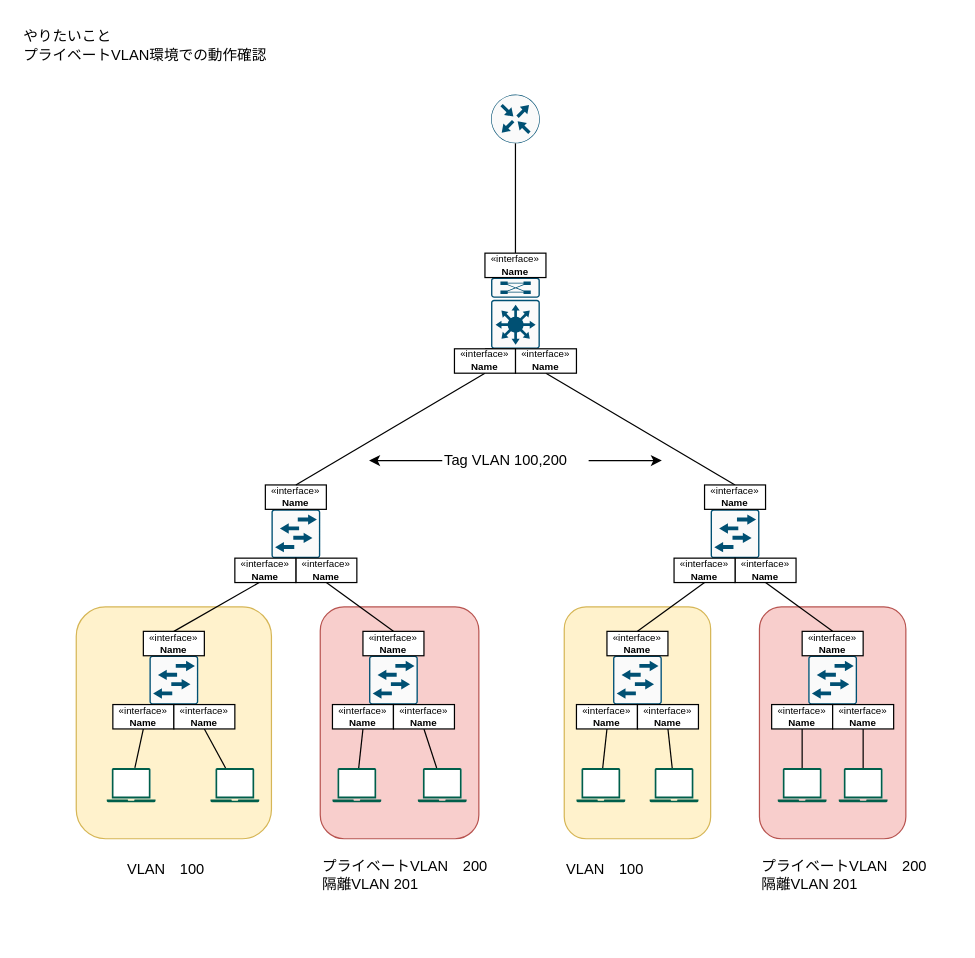
Before: プライベートVLAN検証.drawio in Mizukichi404/Network_diagram, a draw.io diagram. Source tidied: cells renumbered, new cells numbered last; positions are measured from the earlier drawing's top-left corner, leaving out a move shared by most shapes. Both pictures are drawn from the tidied source at 122%, with x=0, y=0 at pixel (21, 21).
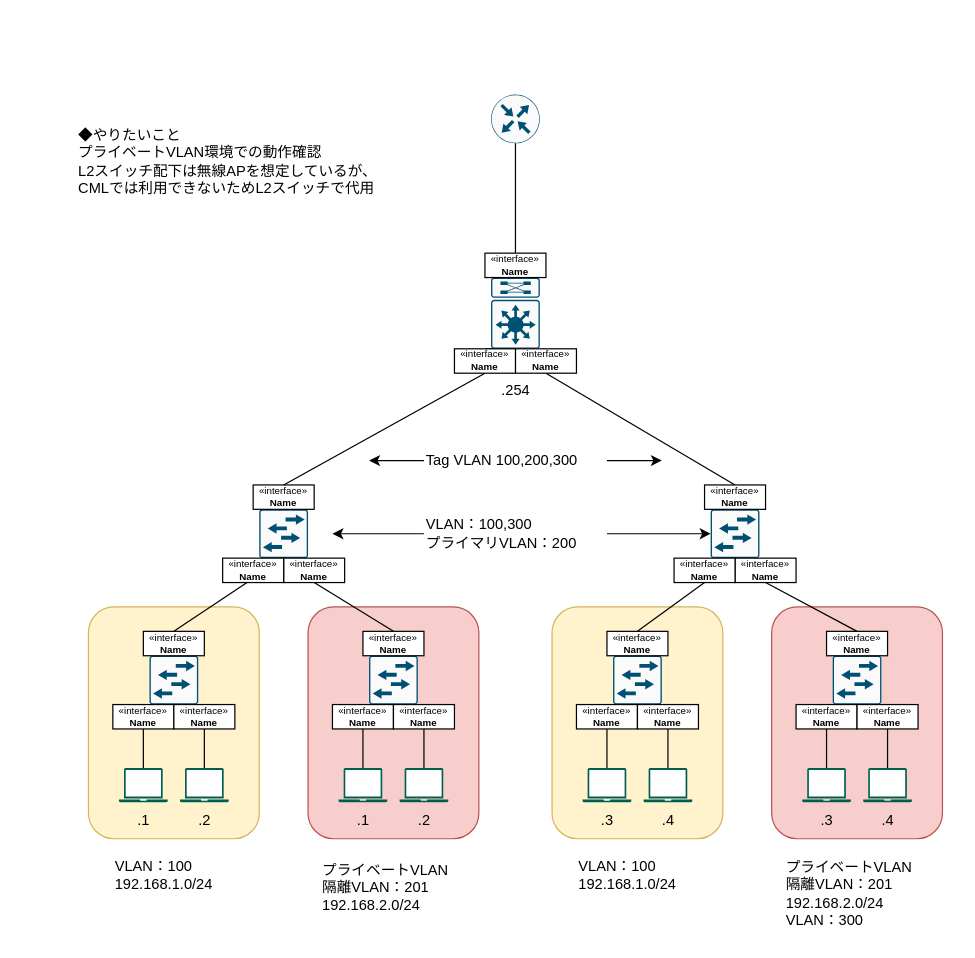
The same diagram, later.

Commit message:
プライベートVLAN検証.drawio を更新します

The change refers to these unchanged cells:
```xml
<mxCell id="9" style="sketch=0;points=[[0.015,0.015,0],[0.985,0.015,0],[0.985,0.985,0],[0.015,0.985,0],[0.25,0,0],[0.5,0,0],[0.75,0,0],[1,0.25,0],[1,0.5,0],[1,0.75,0],[0.75,1,0],[0.5,1,0],[0.25,1,0],[0,0.75,0],[0,0.5,0],[0,0.25,0]];verticalLabelPosition=bottom;html=1;verticalAlign=top;align=center;shape=mxgraph.cisco19.rect;prIcon=l2_switch;fillColor=#FAFAFA;strokeColor=#005073;" parent="1" vertex="1">
  <mxGeometry x="565" y="400" width="40" height="40" as="geometry" />
</mxCell>
```

Diff of the diagram source:
```diff
@@
     <mxCell id="2" style="rounded=1;whiteSpace=wrap;html=1;fillColor=#f8cecc;strokeColor=#b85450;" parent="1" vertex="1">
-      <mxGeometry x="605" y="480" width="120" height="190" as="geometry" />
+      <mxGeometry x="615" y="480" width="140" height="190" as="geometry" />
     </mxCell>
     <mxCell id="3" style="rounded=1;whiteSpace=wrap;html=1;fillColor=#fff2cc;strokeColor=#d6b656;" parent="1" vertex="1">
-      <mxGeometry x="445" y="480" width="120" height="190" as="geometry" />
+      <mxGeometry x="435" y="480" width="140" height="190" as="geometry" />
     </mxCell>
     <mxCell id="4" style="rounded=1;whiteSpace=wrap;html=1;fillColor=#f8cecc;strokeColor=#b85450;" parent="1" vertex="1">
-      <mxGeometry x="245" y="480" width="130" height="190" as="geometry" />
+      <mxGeometry x="235" y="480" width="140" height="190" as="geometry" />
     </mxCell>
     <mxCell id="5" style="rounded=1;whiteSpace=wrap;html=1;fillColor=#fff2cc;strokeColor=#d6b656;" parent="1" vertex="1">
-      <mxGeometry x="45" y="480" width="160" height="190" as="geometry" />
+      <mxGeometry x="55" y="480" width="140" height="190" as="geometry" />
     </mxCell>
@@
     <mxCell id="7" style="sketch=0;verticalLabelPosition=bottom;html=1;verticalAlign=top;align=center;shape=mxgraph.cisco19.rect;prIcon=l2_switch;fillColor=#FAFAFA;strokeColor=#005073;" parent="1" vertex="1">
-      <mxGeometry x="205" y="400" width="40" height="40" as="geometry" />
+      <mxGeometry x="195" y="400" width="40" height="40" as="geometry" />
     </mxCell>
@@
     <mxCell id="19" style="sketch=0;verticalLabelPosition=bottom;html=1;verticalAlign=top;align=center;shape=mxgraph.cisco19.rect;prIcon=l2_switch;fillColor=#FAFAFA;strokeColor=#005073;" parent="1" vertex="1">
-      <mxGeometry x="645" y="520" width="40" height="40" as="geometry" />
+      <mxGeometry x="665" y="520" width="40" height="40" as="geometry" />
     </mxCell>
@@
-    <mxCell id="21" value="やりたいこと&lt;div&gt;プライベートVLAN環境での動作確認&lt;/div&gt;" style="text;html=1;align=left;verticalAlign=middle;strokeColor=none;fillColor=none;" parent="1" vertex="1">
-      <mxGeometry width="220" height="40" as="geometry" />
+    <mxCell id="21" value="◆やりたいこと&lt;div&gt;プライベートVLAN環境での動作確認&lt;/div&gt;&lt;div&gt;L2スイッチ配下は無線APを想定しているが、&lt;/div&gt;&lt;div&gt;CMLでは利用できないためL2スイッチで代用&lt;/div&gt;" style="text;html=1;align=left;verticalAlign=middle;strokeColor=none;fillColor=none;labelPosition=center;verticalLabelPosition=middle;" parent="1" vertex="1">
+      <mxGeometry x="45" y="80" width="270" height="70" as="geometry" />
     </mxCell>
     <mxCell id="22" style="sketch=0;shadow=0;dashed=0;html=1;strokeColor=none;fillColor=#005F4B;labelPosition=center;verticalLabelPosition=bottom;verticalAlign=top;align=center;outlineConnect=0;shape=mxgraph.veeam2.laptop;" parent="1" vertex="1">
-      <mxGeometry x="70" y="612" width="40" height="28" as="geometry" />
+      <mxGeometry x="80" y="612" width="40" height="28" as="geometry" />
     </mxCell>
     <mxCell id="23" style="sketch=0;shadow=0;dashed=0;html=1;strokeColor=none;fillColor=#005F4B;labelPosition=center;verticalLabelPosition=bottom;verticalAlign=top;align=center;outlineConnect=0;shape=mxgraph.veeam2.laptop;" parent="1" vertex="1">
-      <mxGeometry x="155" y="612" width="40" height="28" as="geometry" />
+      <mxGeometry x="130" y="612" width="40" height="28" as="geometry" />
     </mxCell>
     <mxCell id="24" style="sketch=0;shadow=0;dashed=0;html=1;strokeColor=none;fillColor=#005F4B;labelPosition=center;verticalLabelPosition=bottom;verticalAlign=top;align=center;outlineConnect=0;shape=mxgraph.veeam2.laptop;" parent="1" vertex="1">
-      <mxGeometry x="255" y="612" width="40" height="28" as="geometry" />
+      <mxGeometry x="260" y="612" width="40" height="28" as="geometry" />
     </mxCell>
     <mxCell id="25" style="sketch=0;shadow=0;dashed=0;html=1;strokeColor=none;fillColor=#005F4B;labelPosition=center;verticalLabelPosition=bottom;verticalAlign=top;align=center;outlineConnect=0;shape=mxgraph.veeam2.laptop;" parent="1" vertex="1">
-      <mxGeometry x="325" y="612" width="40" height="28" as="geometry" />
+      <mxGeometry x="310" y="612" width="40" height="28" as="geometry" />
     </mxCell>
     <mxCell id="26" style="sketch=0;shadow=0;dashed=0;html=1;strokeColor=none;fillColor=#005F4B;labelPosition=center;verticalLabelPosition=bottom;verticalAlign=top;align=center;outlineConnect=0;shape=mxgraph.veeam2.laptop;" parent="1" vertex="1">
-      <mxGeometry x="515" y="612" width="40" height="28" as="geometry" />
+      <mxGeometry x="510" y="612" width="40" height="28" as="geometry" />
     </mxCell>
     <mxCell id="27" style="sketch=0;shadow=0;dashed=0;html=1;strokeColor=none;fillColor=#005F4B;labelPosition=center;verticalLabelPosition=bottom;verticalAlign=top;align=center;outlineConnect=0;shape=mxgraph.veeam2.laptop;" parent="1" vertex="1">
-      <mxGeometry x="455" y="612" width="40" height="28" as="geometry" />
+      <mxGeometry x="460" y="612" width="40" height="28" as="geometry" />
     </mxCell>
     <mxCell id="28" style="sketch=0;shadow=0;dashed=0;html=1;strokeColor=none;fillColor=#005F4B;labelPosition=center;verticalLabelPosition=bottom;verticalAlign=top;align=center;outlineConnect=0;shape=mxgraph.veeam2.laptop;" parent="1" vertex="1">
-      <mxGeometry x="670" y="612" width="40" height="28" as="geometry" />
+      <mxGeometry x="690" y="612" width="40" height="28" as="geometry" />
     </mxCell>
     <mxCell id="29" style="sketch=0;shadow=0;dashed=0;html=1;strokeColor=none;fillColor=#005F4B;labelPosition=center;verticalLabelPosition=bottom;verticalAlign=top;align=center;outlineConnect=0;shape=mxgraph.veeam2.laptop;" parent="1" vertex="1">
-      <mxGeometry x="620" y="612" width="40" height="28" as="geometry" />
+      <mxGeometry x="640" y="612" width="40" height="28" as="geometry" />
     </mxCell>
-    <mxCell id="30" value="プライベートVLAN　200&lt;div&gt;隔離VLAN 201&lt;/div&gt;" style="text;html=1;align=left;verticalAlign=middle;strokeColor=none;fillColor=none;" parent="1" vertex="1">
-      <mxGeometry x="245" y="680" width="160" height="40" as="geometry" />
+    <mxCell id="30" value="プライベートVLAN&lt;div&gt;&lt;div&gt;隔離VLAN：201&lt;/div&gt;&lt;div&gt;192.168.2.0/24&lt;/div&gt;&lt;/div&gt;" style="text;html=1;align=left;verticalAlign=middle;strokeColor=none;fillColor=none;" parent="1" vertex="1">
+      <mxGeometry x="245" y="680" width="130" height="60" as="geometry" />
     </mxCell>
-    <mxCell id="31" value="プライベートVLAN　200&lt;div&gt;隔離VLAN 201&lt;/div&gt;" style="text;html=1;align=left;verticalAlign=middle;strokeColor=none;fillColor=none;" parent="1" vertex="1">
-      <mxGeometry x="605" y="680" width="160" height="40" as="geometry" />
+    <mxCell id="31" value="プライベートVLAN&lt;div&gt;&lt;div&gt;隔離VLAN：201&lt;/div&gt;&lt;div&gt;192.168.2.0/24&lt;/div&gt;&lt;/div&gt;&lt;div&gt;VLAN：300&lt;/div&gt;" style="text;html=1;align=left;verticalAlign=middle;strokeColor=none;fillColor=none;" parent="1" vertex="1">
+      <mxGeometry x="625" y="680" width="130" height="70" as="geometry" />
     </mxCell>
-    <mxCell id="32" value="VLAN　100" style="text;html=1;align=left;verticalAlign=middle;strokeColor=none;fillColor=none;" parent="1" vertex="1">
-      <mxGeometry x="85" y="680" width="90" height="30" as="geometry" />
+    <mxCell id="32" value="VLAN：100&lt;div&gt;192.168.1.0/24&lt;/div&gt;" style="text;html=1;align=left;verticalAlign=middle;strokeColor=none;fillColor=none;" parent="1" vertex="1">
+      <mxGeometry x="75" y="680" width="100" height="40" as="geometry" />
     </mxCell>
-    <mxCell id="33" value="VLAN　100" style="text;html=1;align=left;verticalAlign=middle;strokeColor=none;fillColor=none;" parent="1" vertex="1">
-      <mxGeometry x="445" y="680" width="90" height="30" as="geometry" />
+    <mxCell id="33" value="VLAN：100&lt;div&gt;192.168.1.0/24&lt;/div&gt;" style="text;html=1;align=left;verticalAlign=middle;strokeColor=none;fillColor=none;" parent="1" vertex="1">
+      <mxGeometry x="455" y="680" width="100" height="40" as="geometry" />
     </mxCell>
@@
-    <mxCell id="36" value="Tag VLAN 100,200" style="text;html=1;align=left;verticalAlign=middle;points=[];strokeColor=none;fillColor=none;" parent="1" vertex="1">
-      <mxGeometry x="345" y="345" width="120" height="30" as="geometry" />
+    <mxCell id="36" value="Tag VLAN 100,200,300" style="text;html=1;align=left;verticalAlign=middle;points=[];strokeColor=none;fillColor=none;" parent="1" vertex="1">
+      <mxGeometry x="330" y="345" width="150" height="30" as="geometry" />
     </mxCell>
@@
     <mxCell id="46" value="«interface»&lt;br&gt;&lt;b&gt;Name&lt;/b&gt;" style="html=1;whiteSpace=wrap;fontSize=8;" parent="1" vertex="1">
-      <mxGeometry x="225" y="440" width="50" height="20" as="geometry" />
+      <mxGeometry x="215" y="440" width="50" height="20" as="geometry" />
     </mxCell>
     <mxCell id="47" value="«interface»&lt;br&gt;&lt;b&gt;Name&lt;/b&gt;" style="html=1;whiteSpace=wrap;fontSize=8;" parent="1" vertex="1">
-      <mxGeometry x="175" y="440" width="50" height="20" as="geometry" />
+      <mxGeometry x="165" y="440" width="50" height="20" as="geometry" />
     </mxCell>
     <mxCell id="48" value="«interface»&lt;br&gt;&lt;b&gt;Name&lt;/b&gt;" style="html=1;whiteSpace=wrap;fontSize=8;" parent="1" vertex="1">
-      <mxGeometry x="200" y="380" width="50" height="20" as="geometry" />
+      <mxGeometry x="190" y="380" width="50" height="20" as="geometry" />
     </mxCell>
@@
     <mxCell id="58" value="«interface»&lt;br&gt;&lt;b&gt;Name&lt;/b&gt;" style="html=1;whiteSpace=wrap;fontSize=8;" parent="1" vertex="1">
-      <mxGeometry x="615" y="560" width="50" height="20" as="geometry" />
+      <mxGeometry x="635" y="560" width="50" height="20" as="geometry" />
     </mxCell>
     <mxCell id="59" value="«interface»&lt;br&gt;&lt;b&gt;Name&lt;/b&gt;" style="html=1;whiteSpace=wrap;fontSize=8;" parent="1" vertex="1">
-      <mxGeometry x="665" y="560" width="50" height="20" as="geometry" />
+      <mxGeometry x="685" y="560" width="50" height="20" as="geometry" />
     </mxCell>
     <mxCell id="60" value="«interface»&lt;br&gt;&lt;b&gt;Name&lt;/b&gt;" style="html=1;whiteSpace=wrap;fontSize=8;" parent="1" vertex="1">
-      <mxGeometry x="640" y="500" width="50" height="20" as="geometry" />
+      <mxGeometry x="660" y="500" width="50" height="20" as="geometry" />
     </mxCell>
@@
+    <mxCell id="68" value=".1" style="text;html=1;align=center;verticalAlign=middle;strokeColor=none;fillColor=none;" parent="1" vertex="1">
+      <mxGeometry x="85" y="640" width="30" height="30" as="geometry" />
+    </mxCell>
+    <mxCell id="69" value=".2" style="text;html=1;align=center;verticalAlign=middle;strokeColor=none;fillColor=none;" parent="1" vertex="1">
+      <mxGeometry x="135" y="640" width="30" height="30" as="geometry" />
+    </mxCell>
+    <mxCell id="70" value=".3" style="text;html=1;align=center;verticalAlign=middle;strokeColor=none;fillColor=none;" parent="1" vertex="1">
+      <mxGeometry x="465" y="640" width="30" height="30" as="geometry" />
+    </mxCell>
+    <mxCell id="71" value=".4" style="text;html=1;align=center;verticalAlign=middle;strokeColor=none;fillColor=none;" parent="1" vertex="1">
+      <mxGeometry x="515" y="640" width="30" height="30" as="geometry" />
+    </mxCell>
+    <mxCell id="72" value=".1" style="text;html=1;align=center;verticalAlign=middle;strokeColor=none;fillColor=none;" parent="1" vertex="1">
+      <mxGeometry x="265" y="640" width="30" height="30" as="geometry" />
+    </mxCell>
+    <mxCell id="73" value=".2" style="text;html=1;align=center;verticalAlign=middle;strokeColor=none;fillColor=none;" parent="1" vertex="1">
+      <mxGeometry x="315" y="640" width="30" height="30" as="geometry" />
+    </mxCell>
+    <mxCell id="74" value=".3" style="text;html=1;align=center;verticalAlign=middle;strokeColor=none;fillColor=none;" parent="1" vertex="1">
+      <mxGeometry x="645" y="640" width="30" height="30" as="geometry" />
+    </mxCell>
+    <mxCell id="75" value=".4" style="text;html=1;align=center;verticalAlign=middle;strokeColor=none;fillColor=none;" parent="1" vertex="1">
+      <mxGeometry x="695" y="640" width="30" height="30" as="geometry" />
+    </mxCell>
+    <mxCell id="76" value=".254" style="text;html=1;align=center;verticalAlign=middle;strokeColor=none;fillColor=none;" parent="1" vertex="1">
+      <mxGeometry x="380" y="288.4" width="50" height="30" as="geometry" />
+    </mxCell>
+    <mxCell id="77" style="edgeStyle=orthogonalEdgeStyle;rounded=0;jettySize=auto;html=1;" parent="1" edge="1" source="79">
+      <mxGeometry relative="1" as="geometry">
+        <mxPoint x="255" y="420" as="targetPoint" />
+      </mxGeometry>
+    </mxCell>
+    <mxCell id="78" style="edgeStyle=orthogonalEdgeStyle;rounded=0;jettySize=auto;html=1;entryX=0;entryY=0.5;entryDx=0;entryDy=0;entryPerimeter=0;" parent="1" edge="1" source="79" target="9">
+      <mxGeometry relative="1" as="geometry" />
+    </mxCell>
+    <mxCell id="79" value="&lt;div&gt;VLAN：100,300&lt;/div&gt;&lt;div&gt;プライマリVLAN：200&lt;/div&gt;" style="text;html=1;align=left;verticalAlign=middle;points=[];strokeColor=none;fillColor=none;" parent="1" vertex="1">
+      <mxGeometry x="330" y="400" width="150" height="40" as="geometry" />
+    </mxCell>
```
